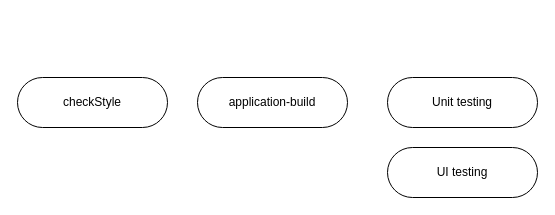
Before: Diagramme sans nom.drawio in cjour/audit_logistics, a draw.io diagram. Source tidied: cells renumbered, new cells numbered last; positions are measured from the earlier drawing's top-left corner, leaving out a move shared by most shapes. Both pictures are drawn from the tidied source at 100%, with x=0, y=0 at pixel (17, 77).
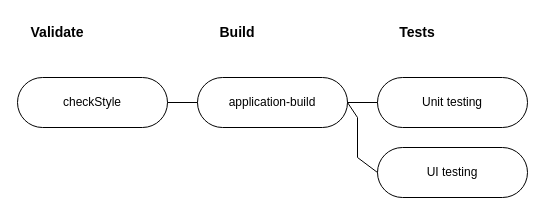
The same page after the edit.

Commit message (it also covers changes not shown here):
Mettre à jour Diagramme sans nom.drawio

Change to the diagram source:
```diff
@@
 <mxGraphModel>
   <root>
     <mxCell id="0" />
     <mxCell id="1" parent="0" />
     <mxCell id="2" value="application-build" style="rounded=1;whiteSpace=wrap;html=1;arcSize=50;" parent="1" vertex="1">
       <mxGeometry x="180" width="150" height="50" as="geometry" />
     </mxCell>
     <mxCell id="3" value="Unit testing" style="rounded=1;whiteSpace=wrap;html=1;arcSize=50;" parent="1" vertex="1">
-      <mxGeometry x="370" width="150" height="50" as="geometry" />
+      <mxGeometry x="360" width="150" height="50" as="geometry" />
     </mxCell>
     <mxCell id="4" value="checkStyle" style="rounded=1;whiteSpace=wrap;html=1;arcSize=50;" parent="1" vertex="1">
       <mxGeometry width="150" height="50" as="geometry" />
     </mxCell>
     <mxCell id="5" value="UI testing" style="rounded=1;whiteSpace=wrap;html=1;arcSize=50;" parent="1" vertex="1">
-      <mxGeometry x="370" y="70" width="150" height="50" as="geometry" />
+      <mxGeometry x="360" y="70" width="150" height="50" as="geometry" />
     </mxCell>
+    <mxCell id="6" value="Validate" style="text;html=1;strokeColor=none;fillColor=none;align=center;verticalAlign=middle;whiteSpace=wrap;rounded=0;fontStyle=1;fontSize=14;" parent="1" vertex="1">
+      <mxGeometry x="10" y="-60" width="60" height="30" as="geometry" />
+    </mxCell>
+    <mxCell id="7" value="Build" style="text;html=1;strokeColor=none;fillColor=none;align=center;verticalAlign=middle;whiteSpace=wrap;rounded=0;fontStyle=1;fontSize=14;" parent="1" vertex="1">
+      <mxGeometry x="190" y="-60" width="60" height="30" as="geometry" />
+    </mxCell>
+    <mxCell id="8" value="Tests" style="text;html=1;strokeColor=none;fillColor=none;align=center;verticalAlign=middle;whiteSpace=wrap;rounded=0;fontStyle=1;fontSize=14;" parent="1" vertex="1">
+      <mxGeometry x="370" y="-60" width="60" height="30" as="geometry" />
+    </mxCell>
+    <mxCell id="9" style="endArrow=none;html=1;rounded=0;fontSize=14;exitX=1;exitY=0.5;exitDx=0;exitDy=0;entryX=0;entryY=0.5;entryDx=0;entryDy=0;" parent="1" edge="1" source="4" target="2">
+      <mxGeometry relative="1" as="geometry" />
+    </mxCell>
+    <mxCell id="10" style="endArrow=none;html=1;rounded=0;fontSize=14;exitX=1;exitY=0.5;exitDx=0;exitDy=0;entryX=0;entryY=0.5;entryDx=0;entryDy=0;" parent="1" edge="1" source="2" target="3">
+      <mxGeometry relative="1" as="geometry" />
+    </mxCell>
+    <mxCell id="11" style="endArrow=none;html=1;rounded=0;fontSize=14;entryX=0;entryY=0.5;entryDx=0;entryDy=0;exitX=1;exitY=0.5;exitDx=0;exitDy=0;" parent="1" edge="1" source="2" target="5">
+      <mxGeometry relative="1" as="geometry">
+        <Array as="points">
+          <mxPoint x="340" y="40" />
+          <mxPoint x="340" y="80" />
+        </Array>
+      </mxGeometry>
+    </mxCell>
   </root>
 </mxGraphModel>
```
